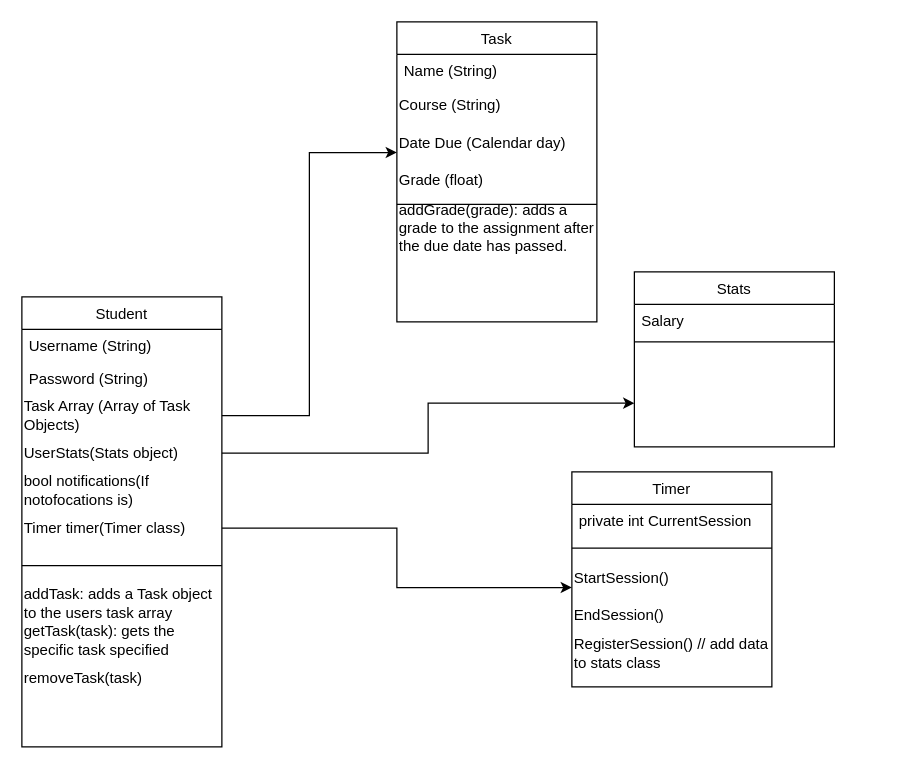
This is Untitled Diagram.drawio from DROFEL/Please_Compile_ProSchoolar, a draw.io file, before an edit. Source tidied: cells renumbered, new cells numbered last; positions are measured from the earlier drawing's top-left corner, leaving out a move shared by most shapes. Both pictures are drawn from the tidied source at 125%, with x=0, y=0 at pixel (21, 21).
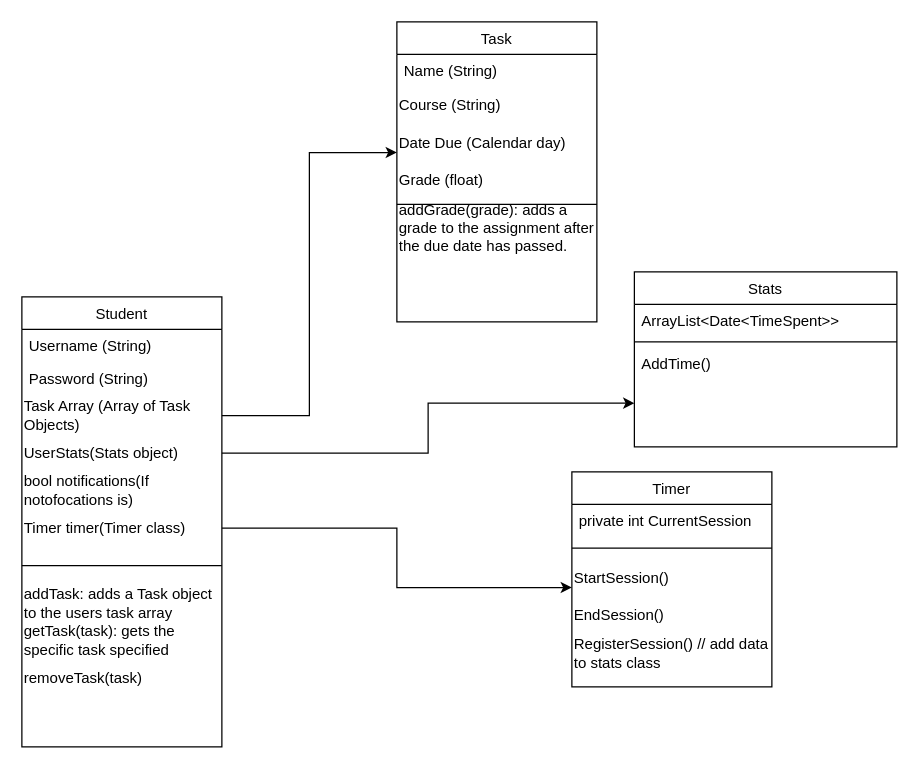
The same page after the edit.

What changed in the source:
```diff
@@
     <mxCell id="13" value="Stats" style="swimlane;fontStyle=0;align=center;verticalAlign=top;horizontal=1;startSize=26;rounded=0;shadow=0;strokeWidth=1;" parent="1" vertex="1">
-      <mxGeometry x="490" y="200" width="160" height="140" as="geometry" />
+      <mxGeometry x="490" y="200" width="210" height="140" as="geometry" />
     </mxCell>
-    <mxCell id="14" value="Salary" style="text;align=left;verticalAlign=top;spacingLeft=4;spacingRight=4;overflow=hidden;" parent="13" vertex="1">
-      <mxGeometry y="26" width="160" height="26" as="geometry" />
+    <mxCell id="14" value="ArrayList&lt;Date&lt;TimeSpent&gt;&gt;" style="text;align=left;verticalAlign=top;spacingLeft=4;spacingRight=4;overflow=hidden;" parent="13" vertex="1">
+      <mxGeometry y="26" width="210" height="26" as="geometry" />
     </mxCell>
     <mxCell id="15" style="line;html=1;strokeWidth=1;align=left;verticalAlign=middle;spacingTop=-1;spacingLeft=3;spacingRight=3;labelPosition=right;" parent="13" vertex="1">
-      <mxGeometry y="52" width="160" height="8" as="geometry" />
+      <mxGeometry y="52" width="210" height="8" as="geometry" />
     </mxCell>
+    <mxCell id="32" value="AddTime()" style="text;align=left;verticalAlign=top;spacingLeft=4;spacingRight=4;overflow=hidden;" parent="13" vertex="1">
+      <mxGeometry y="60" width="210" height="26" as="geometry" />
+    </mxCell>
```
